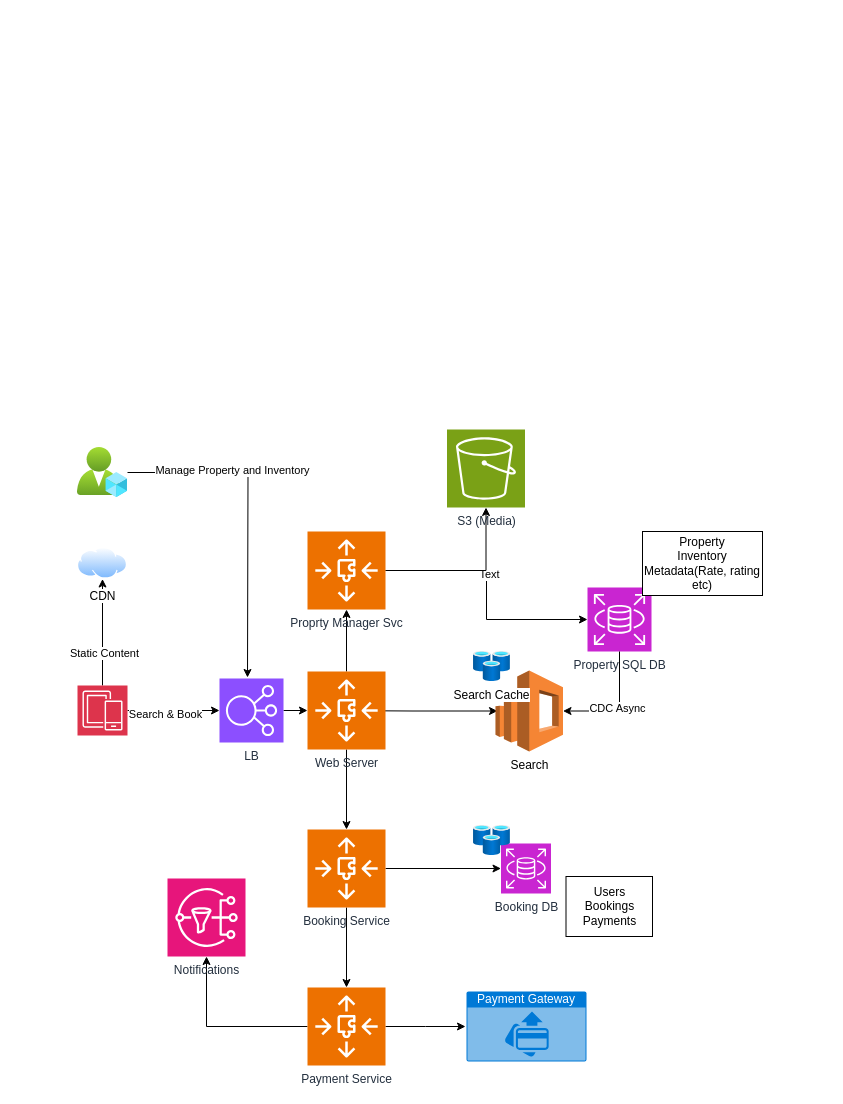
Above: sys-design/HotelBooking.drawio in pnargunde/jobhunt-ops (draw.io), before the change. Source tidied: cells renumbered, new cells numbered last; positions are measured from the earlier drawing's top-left corner, leaving out a move shared by most shapes. Both pictures are drawn from the tidied source at 100%, with x=0, y=0 at pixel (77, 429). Pictures stored in the file or linked from it are replaced by grey dashed boxes.
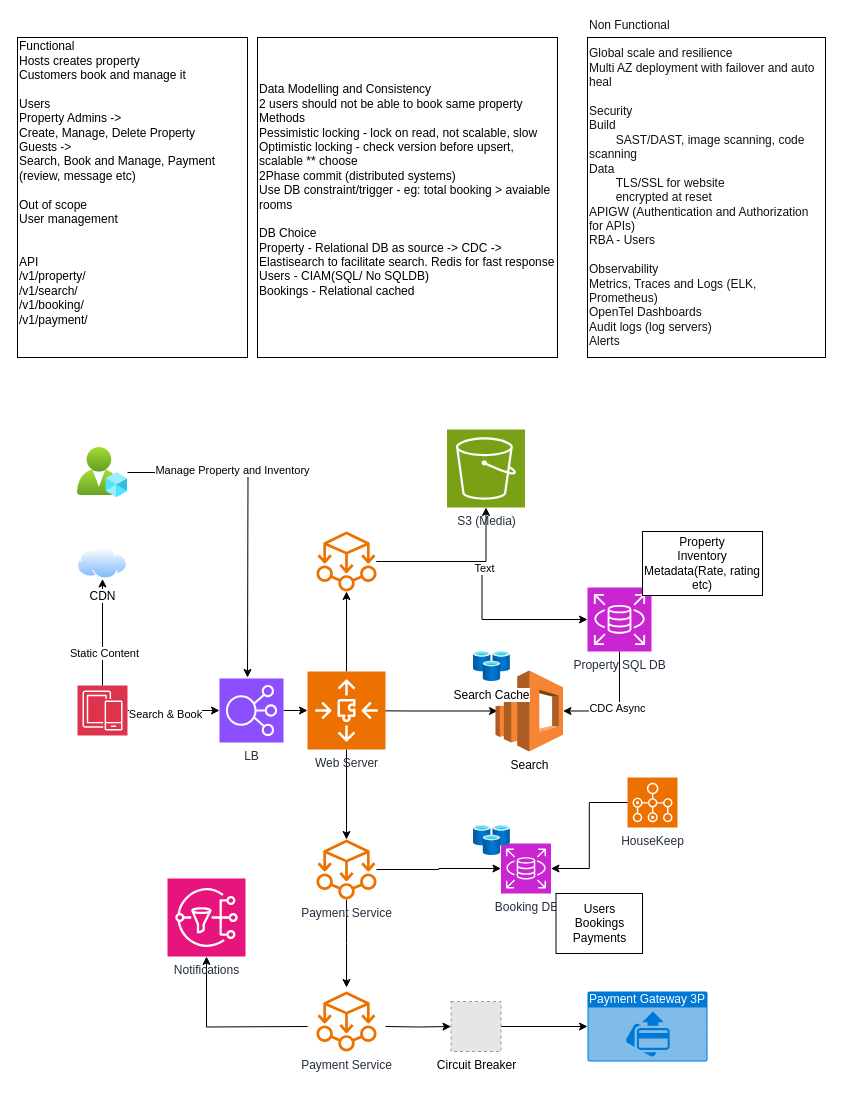
After the change.

The change refers to these unchanged cells:
```xml
<mxCell id="12" value="Web Server" style="sketch=0;points=[[0,0,0],[0.25,0,0],[0.5,0,0],[0.75,0,0],[1,0,0],[0,1,0],[0.25,1,0],[0.5,1,0],[0.75,1,0],[1,1,0],[0,0.25,0],[0,0.5,0],[0,0.75,0],[1,0.25,0],[1,0.5,0],[1,0.75,0]];outlineConnect=0;fontColor=#232F3E;fillColor=#ED7100;strokeColor=#ffffff;dashed=0;verticalLabelPosition=bottom;verticalAlign=top;align=center;html=1;fontSize=12;fontStyle=0;shape=mxgraph.aws4.resourceIcon;resIcon=mxgraph.aws4.auto_scaling3;" parent="1" vertex="1">
  <mxGeometry x="230" y="242" width="78" height="78" as="geometry" />
</mxCell>
<mxCell id="14" value="Booking DB" style="sketch=0;points=[[0,0,0],[0.25,0,0],[0.5,0,0],[0.75,0,0],[1,0,0],[0,1,0],[0.25,1,0],[0.5,1,0],[0.75,1,0],[1,1,0],[0,0.25,0],[0,0.5,0],[0,0.75,0],[1,0.25,0],[1,0.5,0],[1,0.75,0]];outlineConnect=0;fontColor=#232F3E;fillColor=#C925D1;strokeColor=#ffffff;dashed=0;verticalLabelPosition=bottom;verticalAlign=top;align=center;html=1;fontSize=12;fontStyle=0;shape=mxgraph.aws4.resourceIcon;resIcon=mxgraph.aws4.rds;" parent="1" vertex="1">
  <mxGeometry x="423.5" y="414" width="50" height="50" as="geometry" />
</mxCell>
<mxCell id="24" value="Notifications" style="sketch=0;points=[[0,0,0],[0.25,0,0],[0.5,0,0],[0.75,0,0],[1,0,0],[0,1,0],[0.25,1,0],[0.5,1,0],[0.75,1,0],[1,1,0],[0,0.25,0],[0,0.5,0],[0,0.75,0],[1,0.25,0],[1,0.5,0],[1,0.75,0]];outlineConnect=0;fontColor=#232F3E;fillColor=#E7157B;strokeColor=#ffffff;dashed=0;verticalLabelPosition=bottom;verticalAlign=top;align=center;html=1;fontSize=12;fontStyle=0;shape=mxgraph.aws4.resourceIcon;resIcon=mxgraph.aws4.sns;" parent="1" vertex="1">
  <mxGeometry x="90" y="449" width="78" height="78" as="geometry" />
</mxCell>
<mxCell id="33" value="Property SQL DB" style="sketch=0;points=[[0,0,0],[0.25,0,0],[0.5,0,0],[0.75,0,0],[1,0,0],[0,1,0],[0.25,1,0],[0.5,1,0],[0.75,1,0],[1,1,0],[0,0.25,0],[0,0.5,0],[0,0.75,0],[1,0.25,0],[1,0.5,0],[1,0.75,0]];outlineConnect=0;fontColor=#232F3E;fillColor=#C925D1;strokeColor=#ffffff;dashed=0;verticalLabelPosition=bottom;verticalAlign=top;align=center;html=1;fontSize=12;fontStyle=0;shape=mxgraph.aws4.resourceIcon;resIcon=mxgraph.aws4.rds;" parent="1" vertex="1">
  <mxGeometry x="510" y="158" width="64" height="64" as="geometry" />
</mxCell>
<mxCell id="34" value="S3 (Media)" style="sketch=0;points=[[0,0,0],[0.25,0,0],[0.5,0,0],[0.75,0,0],[1,0,0],[0,1,0],[0.25,1,0],[0.5,1,0],[0.75,1,0],[1,1,0],[0,0.25,0],[0,0.5,0],[0,0.75,0],[1,0.25,0],[1,0.5,0],[1,0.75,0]];outlineConnect=0;fontColor=#232F3E;fillColor=#7AA116;strokeColor=#ffffff;dashed=0;verticalLabelPosition=bottom;verticalAlign=top;align=center;html=1;fontSize=12;fontStyle=0;shape=mxgraph.aws4.resourceIcon;resIcon=mxgraph.aws4.s3;" parent="1" vertex="1">
  <mxGeometry x="369.5" width="78" height="78" as="geometry" />
</mxCell>
```

Change to the diagram source:
```diff
@@
-    <mxCell id="10" style="edgeStyle=orthogonalEdgeStyle;rounded=0;jettySize=auto;html=1;" parent="1" edge="1" source="12" target="18">
+    <mxCell id="10" style="edgeStyle=orthogonalEdgeStyle;rounded=0;jettySize=auto;html=1;" parent="1" edge="1" source="12" target="41">
       <mxGeometry relative="1" as="geometry" />
     </mxCell>
-    <mxCell id="11" style="edgeStyle=orthogonalEdgeStyle;rounded=0;jettySize=auto;html=1;" parent="1" edge="1" source="12" target="32">
+    <mxCell id="11" style="edgeStyle=orthogonalEdgeStyle;rounded=0;jettySize=auto;html=1;" parent="1" edge="1" source="12" target="39">
       <mxGeometry relative="1" as="geometry" />
     </mxCell>
@@
-    <mxCell id="16" style="edgeStyle=orthogonalEdgeStyle;rounded=0;jettySize=auto;html=1;" parent="1" edge="1" source="18" target="14">
+    <mxCell id="16" style="edgeStyle=orthogonalEdgeStyle;rounded=0;jettySize=auto;html=1;" parent="1" edge="1" source="41" target="14">
       <mxGeometry relative="1" as="geometry" />
     </mxCell>
-    <mxCell id="17" style="edgeStyle=orthogonalEdgeStyle;rounded=0;jettySize=auto;html=1;" parent="1" edge="1" source="18" target="22">
-      <mxGeometry relative="1" as="geometry" />
+    <mxCell id="17" style="edgeStyle=orthogonalEdgeStyle;rounded=0;jettySize=auto;html=1;" parent="1" edge="1" source="41">
+      <mxGeometry relative="1" as="geometry">
+        <mxPoint x="269" y="558" as="targetPoint" />
+      </mxGeometry>
     </mxCell>
-    <mxCell id="18" value="Booking Service" style="sketch=0;points=[[0,0,0],[0.25,0,0],[0.5,0,0],[0.75,0,0],[1,0,0],[0,1,0],[0.25,1,0],[0.5,1,0],[0.75,1,0],[1,1,0],[0,0.25,0],[0,0.5,0],[0,0.75,0],[1,0.25,0],[1,0.5,0],[1,0.75,0]];outlineConnect=0;fontColor=#232F3E;fillColor=#ED7100;strokeColor=#ffffff;dashed=0;verticalLabelPosition=bottom;verticalAlign=top;align=center;html=1;fontSize=12;fontStyle=0;shape=mxgraph.aws4.resourceIcon;resIcon=mxgraph.aws4.auto_scaling3;" parent="1" vertex="1">
-      <mxGeometry x="230" y="400" width="78" height="78" as="geometry" />
-    </mxCell>
@@
-    <mxCell id="20" style="edgeStyle=orthogonalEdgeStyle;rounded=0;jettySize=auto;html=1;" parent="1" edge="1" source="22">
-      <mxGeometry relative="1" as="geometry">
-        <mxPoint x="388" y="597" as="targetPoint" />
-      </mxGeometry>
+    <mxCell id="20" style="edgeStyle=orthogonalEdgeStyle;rounded=0;jettySize=auto;html=1;entryX=0;entryY=0.5;entryDx=0;entryDy=0;entryPerimeter=0;" parent="1" edge="1" source="48" target="23">
+      <mxGeometry relative="1" as="geometry" />
     </mxCell>
-    <mxCell id="21" style="edgeStyle=orthogonalEdgeStyle;rounded=0;jettySize=auto;html=1;" parent="1" edge="1" source="22" target="24">
-      <mxGeometry relative="1" as="geometry" />
+    <mxCell id="21" style="edgeStyle=orthogonalEdgeStyle;rounded=0;jettySize=auto;html=1;" parent="1" edge="1" target="24">
+      <mxGeometry relative="1" as="geometry">
+        <mxPoint x="230" y="597" as="sourcePoint" />
+      </mxGeometry>
     </mxCell>
-    <mxCell id="22" value="Payment Service" style="sketch=0;points=[[0,0,0],[0.25,0,0],[0.5,0,0],[0.75,0,0],[1,0,0],[0,1,0],[0.25,1,0],[0.5,1,0],[0.75,1,0],[1,1,0],[0,0.25,0],[0,0.5,0],[0,0.75,0],[1,0.25,0],[1,0.5,0],[1,0.75,0]];outlineConnect=0;fontColor=#232F3E;fillColor=#ED7100;strokeColor=#ffffff;dashed=0;verticalLabelPosition=bottom;verticalAlign=top;align=center;html=1;fontSize=12;fontStyle=0;shape=mxgraph.aws4.resourceIcon;resIcon=mxgraph.aws4.auto_scaling3;" parent="1" vertex="1">
-      <mxGeometry x="230" y="558" width="78" height="78" as="geometry" />
-    </mxCell>
-    <mxCell id="23" value="Payment Gateway" style="html=1;whiteSpace=wrap;strokeColor=none;fillColor=#0079D6;labelPosition=center;verticalLabelPosition=middle;verticalAlign=top;align=center;fontSize=12;outlineConnect=0;spacingTop=-6;fontColor=#FFFFFF;sketch=0;shape=mxgraph.sitemap.payment;" parent="1" vertex="1">
-      <mxGeometry x="389" y="562" width="120" height="70" as="geometry" />
+    <mxCell id="23" value="Payment Gateway 3P" style="html=1;whiteSpace=wrap;strokeColor=none;fillColor=#0079D6;labelPosition=center;verticalLabelPosition=middle;verticalAlign=top;align=center;fontSize=12;outlineConnect=0;spacingTop=-6;fontColor=#FFFFFF;sketch=0;shape=mxgraph.sitemap.payment;" parent="1" vertex="1">
+      <mxGeometry x="510" y="562" width="120" height="70" as="geometry" />
     </mxCell>
@@
-    <mxCell id="29" style="edgeStyle=orthogonalEdgeStyle;rounded=0;jettySize=auto;html=1;" parent="1" edge="1" source="32" target="33">
+    <mxCell id="29" style="edgeStyle=orthogonalEdgeStyle;rounded=0;jettySize=auto;html=1;" parent="1" edge="1" source="39" target="33">
       <mxGeometry relative="1" as="geometry" />
     </mxCell>
@@
-    <mxCell id="31" style="edgeStyle=orthogonalEdgeStyle;rounded=0;jettySize=auto;html=1;" parent="1" edge="1" source="32" target="34">
+    <mxCell id="31" style="edgeStyle=orthogonalEdgeStyle;rounded=0;jettySize=auto;html=1;" parent="1" edge="1" source="39" target="34">
       <mxGeometry relative="1" as="geometry" />
     </mxCell>
-    <mxCell id="32" value="Proprty Manager Svc&lt;div&gt;&lt;br&gt;&lt;/div&gt;" style="sketch=0;points=[[0,0,0],[0.25,0,0],[0.5,0,0],[0.75,0,0],[1,0,0],[0,1,0],[0.25,1,0],[0.5,1,0],[0.75,1,0],[1,1,0],[0,0.25,0],[0,0.5,0],[0,0.75,0],[1,0.25,0],[1,0.5,0],[1,0.75,0]];outlineConnect=0;fontColor=#232F3E;fillColor=#ED7100;strokeColor=#ffffff;dashed=0;verticalLabelPosition=bottom;verticalAlign=top;align=center;html=1;fontSize=12;fontStyle=0;shape=mxgraph.aws4.resourceIcon;resIcon=mxgraph.aws4.auto_scaling3;" parent="1" vertex="1">
-      <mxGeometry x="230" y="102" width="78" height="78" as="geometry" />
-    </mxCell>
@@
     <mxCell id="38" value="Users&lt;br&gt;Bookings&lt;br&gt;Payments" style="rounded=0;whiteSpace=wrap;html=1;" parent="1" vertex="1">
-      <mxGeometry x="488.5" y="447" width="86.5" height="60" as="geometry" />
+      <mxGeometry x="478.5" y="464" width="86.5" height="60" as="geometry" />
     </mxCell>
+    <mxCell id="39" style="sketch=0;outlineConnect=0;fontColor=#232F3E;gradientColor=none;fillColor=#ED7100;strokeColor=none;dashed=0;verticalLabelPosition=bottom;verticalAlign=top;align=center;html=1;fontSize=12;fontStyle=0;shape=mxgraph.aws4.ec2_aws_microservice_extractor_for_net;" parent="1" vertex="1">
+      <mxGeometry x="239" y="102" width="60" height="60" as="geometry" />
+    </mxCell>
+    <mxCell id="40" value="Payment Service" style="sketch=0;fontColor=#232F3E;gradientColor=none;fillColor=#ED7100;strokeColor=none;dashed=0;verticalLabelPosition=bottom;verticalAlign=top;align=center;html=1;fontSize=12;fontStyle=0;shape=mxgraph.aws4.ec2_aws_microservice_extractor_for_net;" parent="1" vertex="1">
+      <mxGeometry x="239" y="562" width="60" height="60" as="geometry" />
+    </mxCell>
+    <mxCell id="41" value="Payment Service" style="sketch=0;outlineConnect=0;fontColor=#232F3E;gradientColor=none;fillColor=#ED7100;strokeColor=none;dashed=0;verticalLabelPosition=bottom;verticalAlign=top;align=center;html=1;fontSize=12;fontStyle=0;shape=mxgraph.aws4.ec2_aws_microservice_extractor_for_net;" parent="1" vertex="1">
+      <mxGeometry x="239" y="410" width="60" height="60" as="geometry" />
+    </mxCell>
+    <mxCell id="42" value="&lt;div&gt;Functional&amp;nbsp;&lt;br&gt;Hosts creates property&lt;br&gt;Customers book and manage it&lt;br&gt;&lt;br&gt;&lt;/div&gt;Users&lt;br&gt;Property Admins -&amp;gt; &lt;br&gt;Create, Manage, Delete Property&lt;br&gt;Guests -&amp;gt; &lt;br&gt;Search, Book and Manage, Payment (review, message etc)&lt;br&gt;&lt;br&gt;Out of scope&lt;br&gt;User management&lt;br&gt;&lt;br&gt;&lt;br&gt;API&amp;nbsp;&lt;div&gt;/v1/property/&lt;br&gt;/v1/search/&lt;br&gt;/v1/booking/&lt;br&gt;/v1/payment/&lt;br&gt;&lt;br&gt;&lt;br&gt;&lt;/div&gt;" style="rounded=0;whiteSpace=wrap;html=1;align=left;" parent="1" vertex="1">
+      <mxGeometry x="-60" y="-392" width="230" height="320" as="geometry" />
+    </mxCell>
+    <mxCell id="43" value="HouseKeep" style="sketch=0;points=[[0,0,0],[0.25,0,0],[0.5,0,0],[0.75,0,0],[1,0,0],[0,1,0],[0.25,1,0],[0.5,1,0],[0.75,1,0],[1,1,0],[0,0.25,0],[0,0.5,0],[0,0.75,0],[1,0.25,0],[1,0.5,0],[1,0.75,0]];outlineConnect=0;fontColor=#232F3E;fillColor=#ED7100;strokeColor=#ffffff;dashed=0;verticalLabelPosition=bottom;verticalAlign=top;align=center;html=1;fontSize=12;fontStyle=0;shape=mxgraph.aws4.resourceIcon;resIcon=mxgraph.aws4.batch;" parent="1" vertex="1">
+      <mxGeometry x="550" y="348" width="50" height="50" as="geometry" />
+    </mxCell>
+    <mxCell id="44" style="edgeStyle=orthogonalEdgeStyle;rounded=0;jettySize=auto;html=1;entryX=1;entryY=0.5;entryDx=0;entryDy=0;entryPerimeter=0;" parent="1" edge="1" source="43" target="14">
+      <mxGeometry relative="1" as="geometry" />
+    </mxCell>
+    <mxCell id="45" value="&lt;div&gt;Data Modelling and Consistency&amp;nbsp;&lt;br&gt;2 users should not be able to book same property&lt;br&gt;Methods&lt;br&gt;Pessimistic locking - lock on read, not scalable, slow&lt;br&gt;Optimistic locking - check version before upsert, scalable ** choose&lt;br&gt;2Phase commit (distributed systems)&lt;br&gt;Use DB constraint/trigger - eg: total booking &amp;gt; avaiable rooms&lt;br&gt;&lt;br&gt;DB Choice&lt;br&gt;Property - Relational DB as source -&amp;gt; CDC -&amp;gt; Elastisearch to facilitate search. Redis for fast response&lt;br&gt;Users - CIAM(SQL/ No SQLDB)&lt;br&gt;Bookings - Relational cached&lt;br&gt;&lt;br&gt;&lt;/div&gt;" style="rounded=0;whiteSpace=wrap;html=1;align=left;" parent="1" vertex="1">
+      <mxGeometry x="180" y="-392" width="300" height="320" as="geometry" />
+    </mxCell>
+    <mxCell id="46" value="&lt;div&gt;&lt;div&gt;&lt;font color=&quot;#121212&quot;&gt;Non Functional &lt;br&gt;&lt;br&gt;Global scale and resilience&lt;/font&gt;&lt;/div&gt;&lt;div&gt;&lt;font color=&quot;#121212&quot;&gt;Multi AZ deployment with failover and auto heal&lt;/font&gt;&lt;/div&gt;&lt;div&gt;&lt;font color=&quot;#121212&quot;&gt;&lt;br&gt;&lt;/font&gt;&lt;/div&gt;&lt;div&gt;&lt;font color=&quot;#121212&quot;&gt;Security&lt;br&gt;Build&lt;br&gt;&lt;span style=&quot;white-space: pre;&quot;&gt;&#9;&lt;/span&gt;SAST/DAST, image scanning, code scanning&lt;/font&gt;&lt;/div&gt;&lt;div&gt;&lt;font color=&quot;#121212&quot;&gt;Data&amp;nbsp;&lt;/font&gt;&lt;/div&gt;&lt;div&gt;&lt;font color=&quot;#121212&quot;&gt;&lt;span style=&quot;white-space: pre;&quot;&gt;&#9;&lt;/span&gt;TLS/SSL for website&lt;/font&gt;&lt;/div&gt;&lt;div&gt;&lt;font color=&quot;#121212&quot;&gt;&lt;span style=&quot;white-space: pre;&quot;&gt;&#9;&lt;/span&gt;encrypted at reset&lt;/font&gt;&lt;/div&gt;&lt;div&gt;&lt;font color=&quot;#121212&quot;&gt;APIGW (Authentication and Authorization for APIs)&lt;/font&gt;&lt;/div&gt;&lt;div&gt;&lt;font color=&quot;#121212&quot;&gt;RBA - Users&lt;br&gt;&lt;br&gt;Observability&lt;br&gt;Metrics, Traces and Logs (ELK, Prometheus)&lt;br&gt;OpenTel Dashboards&amp;nbsp;&lt;br&gt;Audit logs (log servers)&lt;br&gt;Alerts&lt;br&gt;&lt;br&gt;&lt;br&gt;&lt;/font&gt;&lt;/div&gt;&lt;/div&gt;" style="rounded=0;whiteSpace=wrap;html=1;align=left;" parent="1" vertex="1">
+      <mxGeometry x="510" y="-392" width="238" height="320" as="geometry" />
+    </mxCell>
+    <mxCell id="47" style="edgeStyle=orthogonalEdgeStyle;rounded=0;jettySize=auto;html=1;entryX=0;entryY=0.5;entryDx=0;entryDy=0;entryPerimeter=0;" parent="1" edge="1" target="48">
+      <mxGeometry relative="1" as="geometry">
+        <mxPoint x="308" y="597" as="sourcePoint" />
+      </mxGeometry>
+    </mxCell>
+    <mxCell id="48" value="Circuit Breaker" style="fillColor=#E6E6E6;strokeColor=#999999;dashed=1;html=1;verticalAlign=top;verticalLabelPosition=bottom;labelBackgroundColor=#ffffff;" parent="1" vertex="1">
+      <mxGeometry x="373.5" y="572" width="50" height="50" as="geometry" />
+    </mxCell>
```
